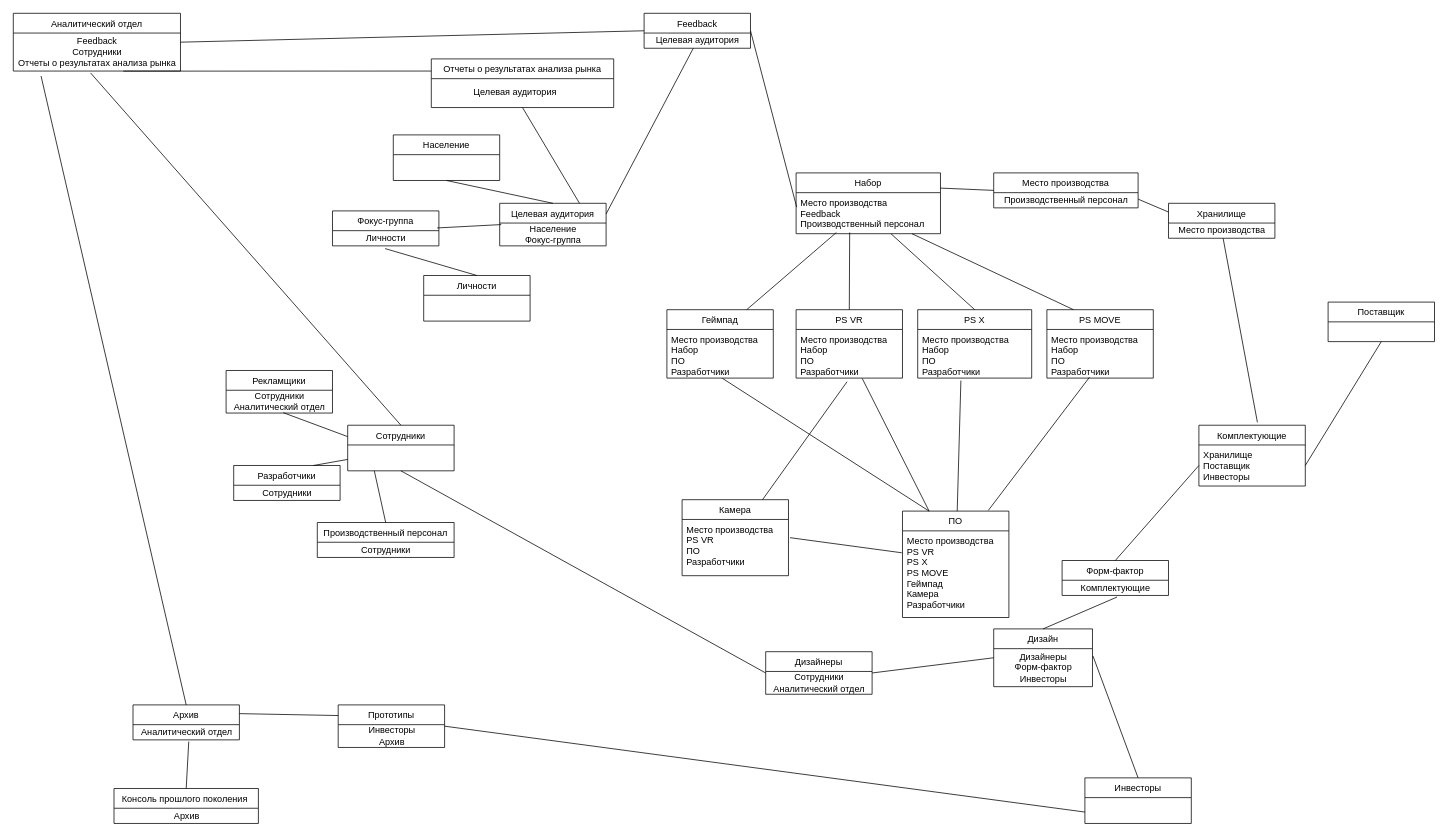
Merfarion/Diagrams-and-schemes keeps this draw.io diagram as Suschnosti_s_vneshnimi_klyuchami.drawio. Above is the earlier version. Source tidied: cells renumbered, new cells numbered last; positions are measured from the earlier drawing's top-left corner, leaving out a move shared by most shapes. Both pictures are drawn from the tidied source at 76%, with x=0, y=0 at pixel (13, 13).
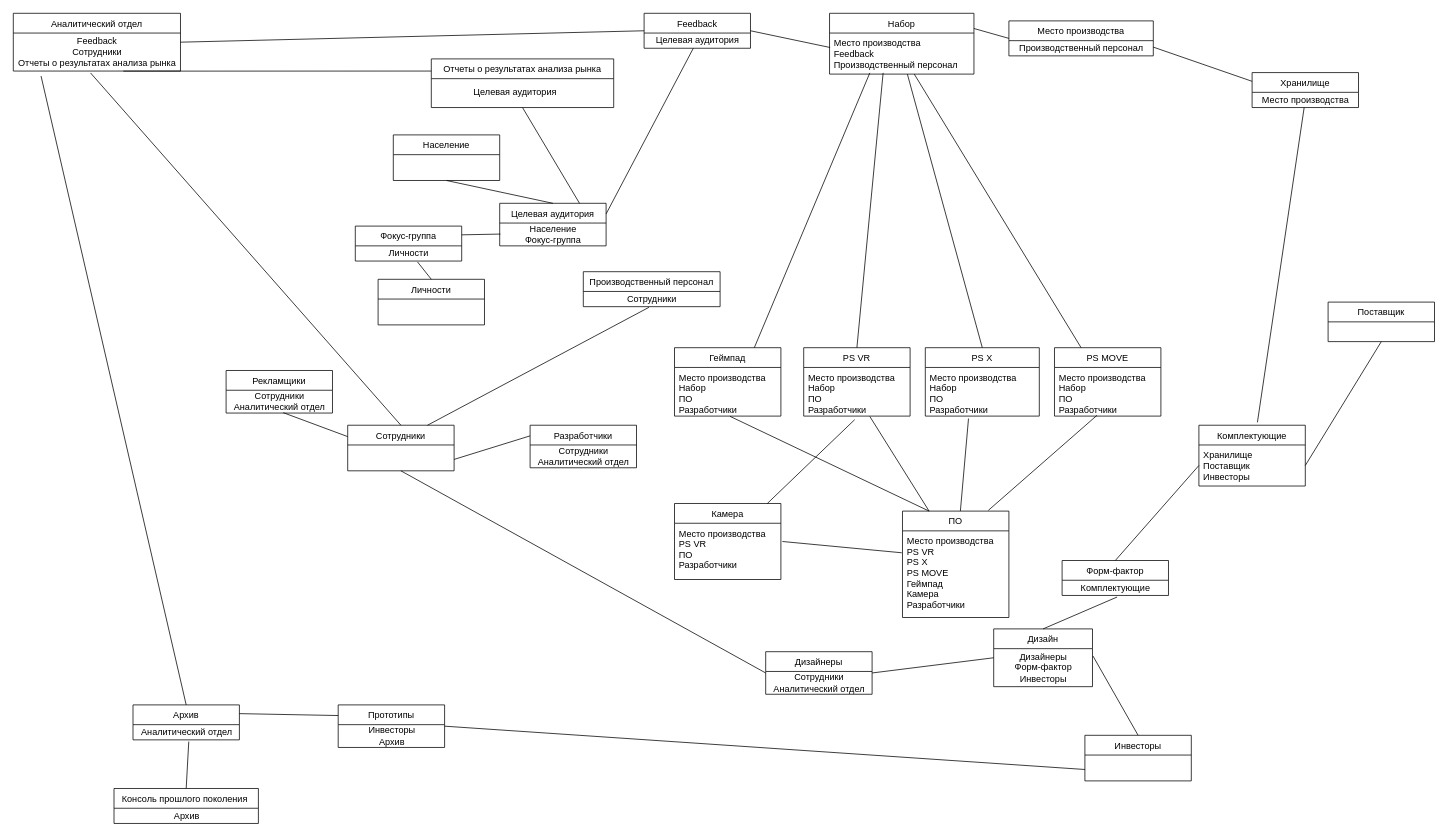
The same diagram, later.

Unchanged cells that the change refers to:
```xml
<mxCell id="55" value="Сотрудники" style="swimlane;fontStyle=0;horizontal=1;startSize=26;fillColor=none;" parent="54" vertex="1">
  <mxGeometry width="140" height="60" as="geometry" />
</mxCell>
<mxCell id="70" value="Производственный персонал" style="swimlane;fontStyle=0;horizontal=1;startSize=26;fillColor=none;" parent="69" vertex="1">
  <mxGeometry width="180" height="46" as="geometry" />
</mxCell>
<mxCell id="71" value="Сотрудники" style="text;html=1;align=center;verticalAlign=middle;points=[];strokeColor=none;fillColor=none;" parent="70" vertex="1">
  <mxGeometry y="26" width="180" height="20" as="geometry" />
</mxCell>
<mxCell id="82" value="Население&lt;br&gt;Фокус-группа" style="text;html=1;align=center;verticalAlign=middle;points=[];strokeColor=none;fillColor=none;" parent="81" vertex="1">
  <mxGeometry y="26" width="140" height="30" as="geometry" />
</mxCell>
<mxCell id="91" value="Фокус-группа" style="swimlane;fontStyle=0;horizontal=1;startSize=26;fillColor=none;" parent="90" vertex="1">
  <mxGeometry width="140" height="46" as="geometry" />
</mxCell>
<mxCell id="92" value="Личности" style="text;html=1;align=center;verticalAlign=middle;points=[];strokeColor=none;fillColor=none;" parent="91" vertex="1">
  <mxGeometry y="26" width="140" height="20" as="geometry" />
</mxCell>
<mxCell id="94" value="Личности" style="swimlane;fontStyle=0;horizontal=1;startSize=26;fillColor=none;" parent="93" vertex="1">
  <mxGeometry width="140" height="60" as="geometry" />
</mxCell>
```

Diff of the diagram source:
```diff
@@
     <mxCell id="2" value="Набор" style="swimlane;fontStyle=0;horizontal=1;startSize=26;fillColor=none;" parent="1" vertex="1">
-      <mxGeometry x="1030" y="210" width="190" height="80" as="geometry" />
+      <mxGeometry x="1074" width="190" height="80" as="geometry" />
     </mxCell>
@@
     <mxCell id="4" value="Геймпад" style="swimlane;fontStyle=0;horizontal=1;startSize=26;fillColor=none;" parent="1" vertex="1">
-      <mxGeometry x="860" y="390" width="140" height="90" as="geometry" />
+      <mxGeometry x="870" y="440" width="140" height="90" as="geometry" />
     </mxCell>
@@
     <mxCell id="6" value="PS VR" style="swimlane;fontStyle=0;horizontal=1;startSize=26;fillColor=none;" parent="1" vertex="1">
-      <mxGeometry x="1030" y="390" width="140" height="90" as="geometry" />
+      <mxGeometry x="1040" y="440" width="140" height="90" as="geometry" />
     </mxCell>
@@
     <mxCell id="8" value="PS X" style="swimlane;fontStyle=0;horizontal=1;startSize=26;fillColor=none;" parent="1" vertex="1">
-      <mxGeometry x="1190" y="390" width="150" height="90" as="geometry" />
+      <mxGeometry x="1200" y="440" width="150" height="90" as="geometry" />
     </mxCell>
@@
     <mxCell id="10" value="PS MOVE" style="swimlane;fontStyle=0;horizontal=1;startSize=26;fillColor=none;" parent="1" vertex="1">
-      <mxGeometry x="1360" y="390" width="140" height="90" as="geometry" />
+      <mxGeometry x="1370" y="440" width="140" height="90" as="geometry" />
     </mxCell>
@@
     <mxCell id="12" value="Камера" style="swimlane;fontStyle=0;horizontal=1;startSize=26;fillColor=none;" parent="1" vertex="1">
-      <mxGeometry x="880" y="640" width="140" height="100" as="geometry" />
+      <mxGeometry x="870" y="645" width="140" height="100" as="geometry" />
     </mxCell>
@@
     <mxCell id="16" value="Место производства" style="swimlane;fontStyle=0;horizontal=1;startSize=26;fillColor=none;" parent="1" vertex="1">
-      <mxGeometry x="1290" y="210" width="190" height="46" as="geometry" />
+      <mxGeometry x="1310" y="10" width="190" height="46" as="geometry" />
     </mxCell>
@@
     <mxCell id="18" value="Хранилище" style="swimlane;fontStyle=0;horizontal=1;startSize=26;fillColor=none;" parent="1" vertex="1">
-      <mxGeometry x="1520" y="250" width="140" height="46" as="geometry" />
+      <mxGeometry x="1630" y="78" width="140" height="46" as="geometry" />
     </mxCell>
@@
     <mxCell id="46" style="group;" parent="1" vertex="1">
-      <mxGeometry x="1410" y="1006" width="140" height="60" as="geometry" />
+      <mxGeometry x="1410" y="950" width="140" height="60" as="geometry" />
     </mxCell>
@@
     <mxCell id="66" style="group;" parent="1" vertex="1">
-      <mxGeometry x="290" y="595" width="140" height="60" as="geometry" />
+      <mxGeometry x="680" y="542" width="140" height="60" as="geometry" />
     </mxCell>
     <mxCell id="67" value="Разработчики" style="swimlane;fontStyle=0;horizontal=1;startSize=26;fillColor=none;" parent="66" vertex="1">
-      <mxGeometry width="140" height="46" as="geometry" />
+      <mxGeometry width="140" height="56" as="geometry" />
     </mxCell>
-    <mxCell id="68" value="Сотрудники" style="text;html=1;align=center;verticalAlign=middle;strokeColor=none;fillColor=none;" parent="67" vertex="1">
-      <mxGeometry y="26" width="140" height="20" as="geometry" />
+    <mxCell id="68" value="Сотрудники&lt;br&gt;Аналитический отдел" style="text;html=1;align=center;verticalAlign=middle;strokeColor=none;fillColor=none;" parent="67" vertex="1">
+      <mxGeometry y="26" width="140" height="30" as="geometry" />
     </mxCell>
     <mxCell id="69" style="group;" parent="1" vertex="1">
-      <mxGeometry x="400" y="670" width="180" height="60" as="geometry" />
+      <mxGeometry x="750" y="340" width="180" height="60" as="geometry" />
     </mxCell>
@@
-    <mxCell id="75" style="endArrow=none;html=1;entryX=0.25;entryY=1;entryDx=0;entryDy=0;exitX=0.5;exitY=0;exitDx=0;exitDy=0;" parent="1" edge="1" source="70" target="55">
+    <mxCell id="75" style="endArrow=none;html=1;entryX=0.75;entryY=0;entryDx=0;entryDy=0;exitX=0.48;exitY=1.043;exitDx=0;exitDy=0;exitPerimeter=0;" parent="1" edge="1" source="71" target="55">
       <mxGeometry relative="1" as="geometry" />
     </mxCell>
-    <mxCell id="76" style="endArrow=none;html=1;entryX=0;entryY=0.75;entryDx=0;entryDy=0;exitX=0.75;exitY=0;exitDx=0;exitDy=0;" parent="1" edge="1" source="67" target="55">
+    <mxCell id="76" style="endArrow=none;html=1;entryX=1;entryY=0.75;entryDx=0;entryDy=0;exitX=0;exitY=0.25;exitDx=0;exitDy=0;" parent="1" edge="1" source="67" target="55">
       <mxGeometry relative="1" as="geometry" />
     </mxCell>
@@
     <mxCell id="90" style="group;" parent="1" vertex="1">
-      <mxGeometry x="420" y="260" width="140" height="60" as="geometry" />
+      <mxGeometry x="450" y="280" width="140" height="60" as="geometry" />
     </mxCell>
@@
     <mxCell id="93" style="group;" parent="1" vertex="1">
-      <mxGeometry x="540" y="345" width="140" height="60" as="geometry" />
+      <mxGeometry x="480" y="350" width="140" height="60" as="geometry" />
     </mxCell>
@@
-    <mxCell id="95" style="endArrow=none;html=1;entryX=0.494;entryY=1.179;entryDx=0;entryDy=0;entryPerimeter=0;exitX=0.5;exitY=0;exitDx=0;exitDy=0;" parent="1" edge="1" source="94" target="92">
+    <mxCell id="95" style="endArrow=none;html=1;entryX=0.585;entryY=1.058;entryDx=0;entryDy=0;entryPerimeter=0;exitX=0.5;exitY=0;exitDx=0;exitDy=0;" parent="1" edge="1" source="94" target="92">
       <mxGeometry relative="1" as="geometry" />
     </mxCell>
-    <mxCell id="96" style="endArrow=none;html=1;exitX=0.984;exitY=-0.179;exitDx=0;exitDy=0;exitPerimeter=0;entryX=0.014;entryY=0.067;entryDx=0;entryDy=0;entryPerimeter=0;" parent="1" edge="1" source="92" target="82">
+    <mxCell id="96" style="endArrow=none;html=1;exitX=1;exitY=0.25;exitDx=0;exitDy=0;entryX=0.007;entryY=0.483;entryDx=0;entryDy=0;entryPerimeter=0;" parent="1" edge="1" source="91" target="82">
       <mxGeometry relative="1" as="geometry" />
     </mxCell>
```
